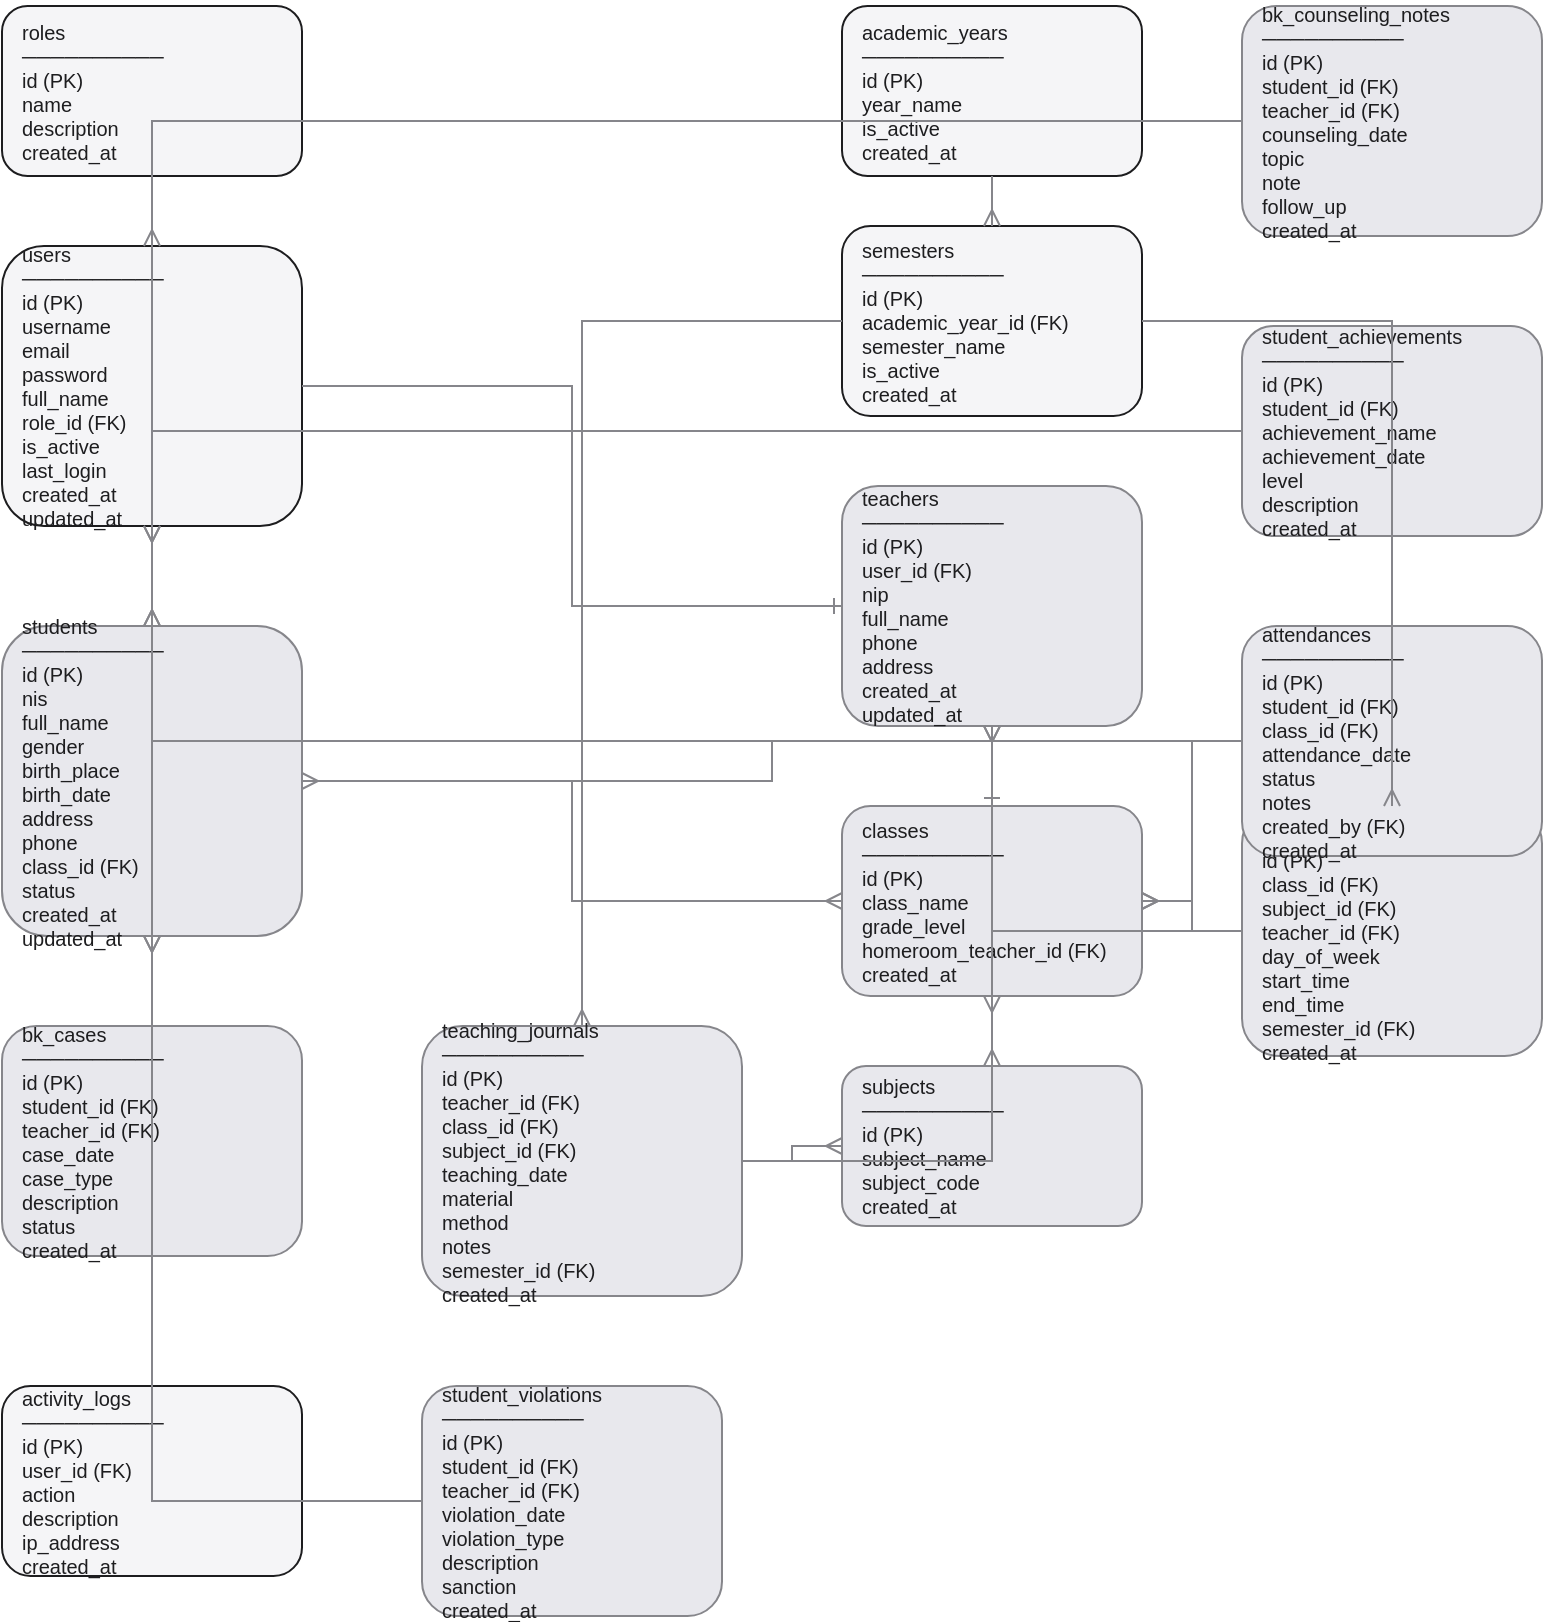
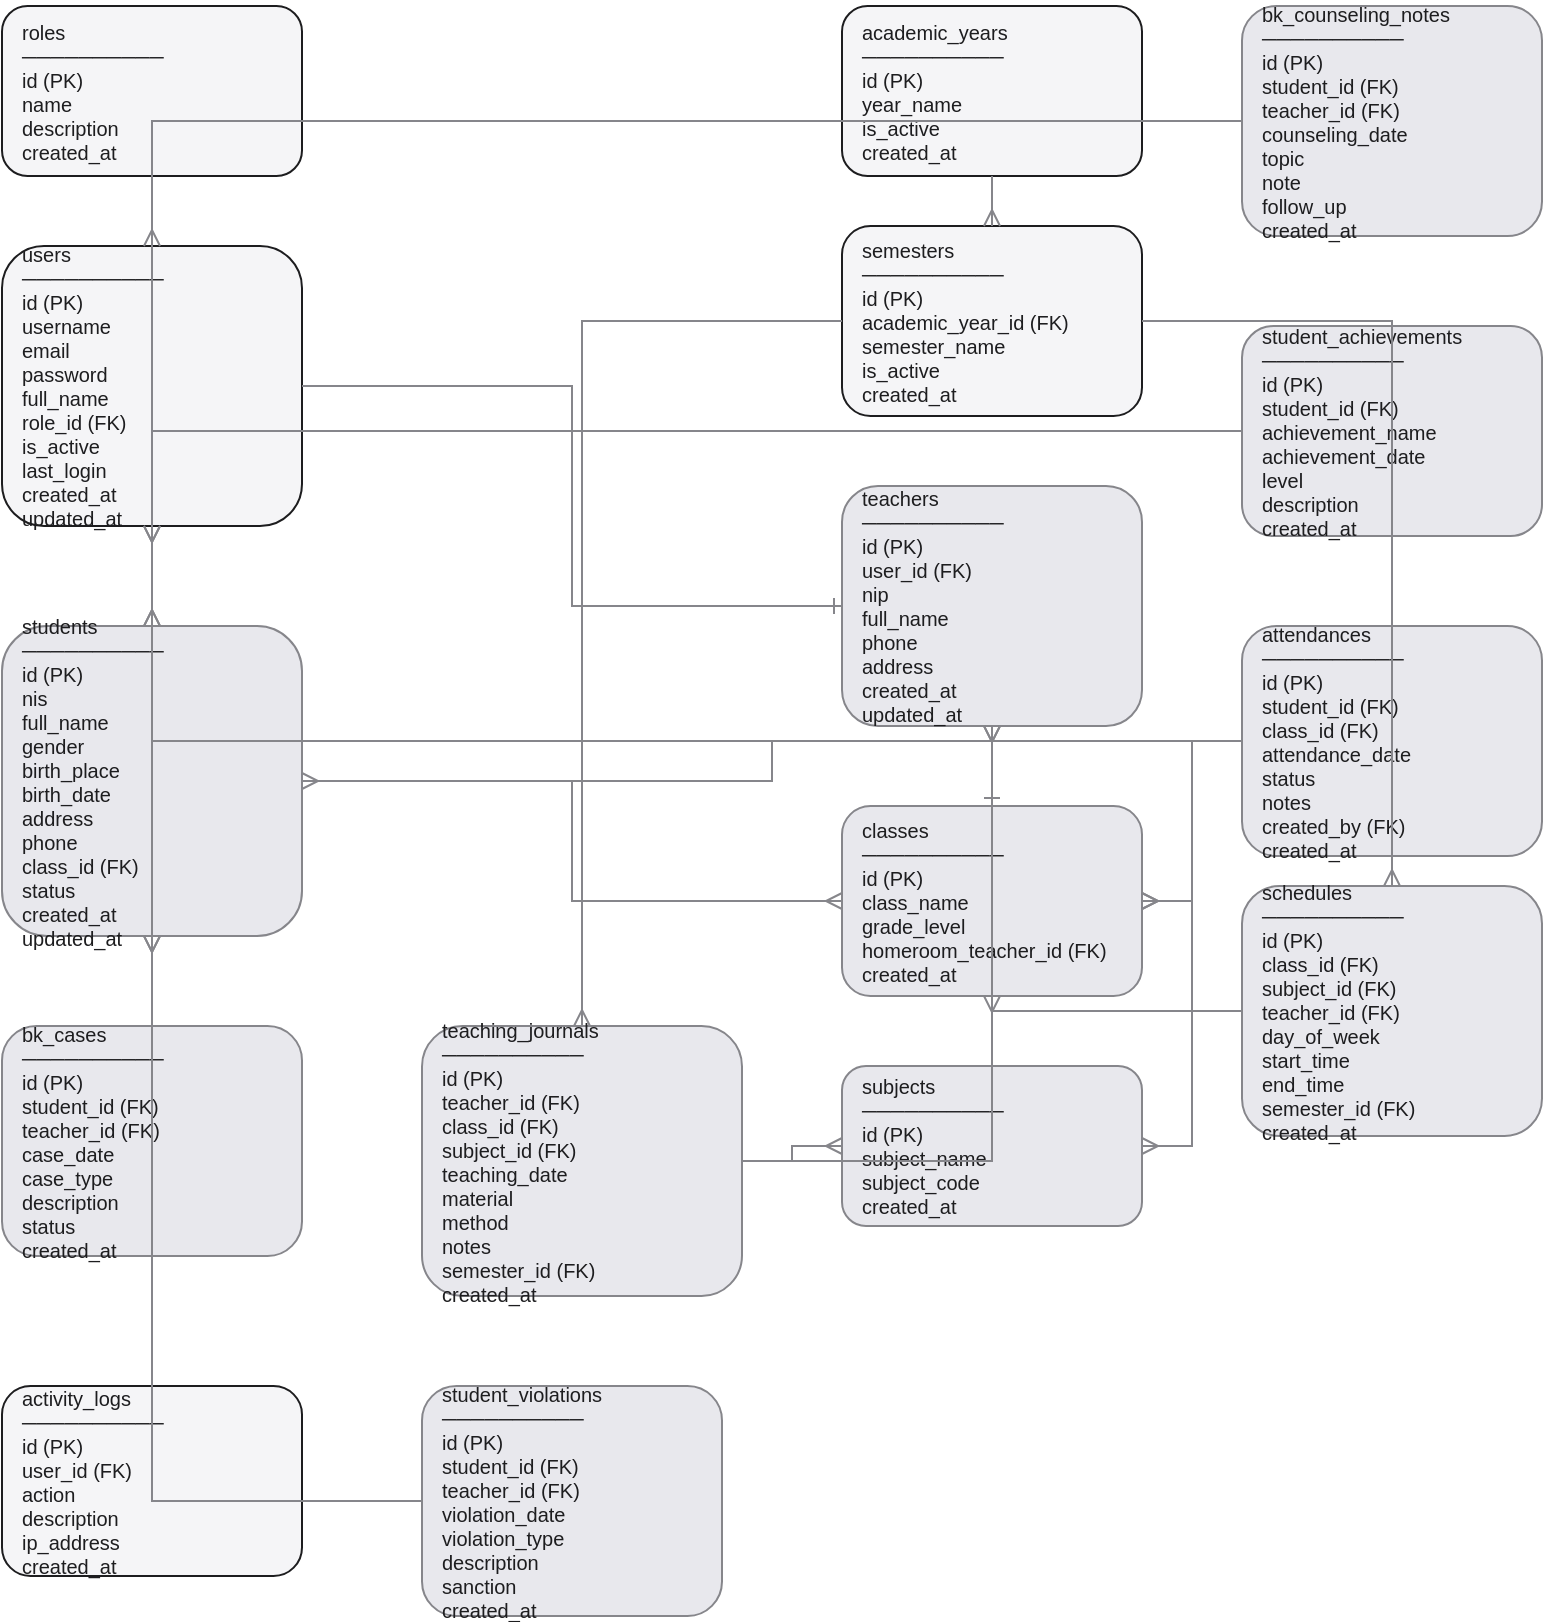
- <mxfile host="Electron" modified="2026-07-14T12:00:00.000Z" agent="Mozilla/5.0">
+ <mxfile host="app.diagrams.net" agent="Mozilla/5.0">
  <diagram id="erd" name="ERD Database">
-     <mxGraphModel dx="1400" dy="1000" grid="1" gridSize="10">
+     <mxGraphModel dx="1414" dy="943" grid="1" gridSize="10" guides="1" tooltips="1" connect="1" arrows="1" fold="1" page="1" pageScale="1" pageWidth="850" pageHeight="1100" math="0" shadow="0">
      <root>
        <mxCell id="0" />
        <mxCell id="1" parent="0" />
-         <!-- roles -->
-         <mxCell id="r" value="roles&#10;──────────&#10;id (PK)&#10;name&#10;description&#10;created_at" style="rounded=1;whiteSpace=wrap;html=1;fillColor=#f5f5f7;strokeColor=#1d1d1f;fontSize=10;fontColor=#1d1d1f;align=left;spacingLeft=8;" vertex="1" parent="1">
-           <mxGeometry x="20" y="20" width="150" height="85" as="geometry" />
+         <mxCell id="r" parent="1" style="rounded=1;whiteSpace=wrap;html=1;fillColor=#f5f5f7;strokeColor=#1d1d1f;fontSize=10;fontColor=#1d1d1f;align=left;spacingLeft=8;" value="roles&#xa;──────────&#xa;id (PK)&#xa;name&#xa;description&#xa;created_at" vertex="1">
+           <mxGeometry height="85" width="150" x="20" y="20" as="geometry" />
        </mxCell>
-         <!-- users -->
-         <mxCell id="u" value="users&#10;──────────&#10;id (PK)&#10;username&#10;email&#10;password&#10;full_name&#10;role_id (FK)&#10;is_active&#10;last_login&#10;created_at&#10;updated_at" style="rounded=1;whiteSpace=wrap;html=1;fillColor=#f5f5f7;strokeColor=#1d1d1f;fontSize=10;fontColor=#1d1d1f;align=left;spacingLeft=8;" vertex="1" parent="1">
-           <mxGeometry x="20" y="140" width="150" height="140" as="geometry" />
+         <mxCell id="u" parent="1" style="rounded=1;whiteSpace=wrap;html=1;fillColor=#f5f5f7;strokeColor=#1d1d1f;fontSize=10;fontColor=#1d1d1f;align=left;spacingLeft=8;" value="users&#xa;──────────&#xa;id (PK)&#xa;username&#xa;email&#xa;password&#xa;full_name&#xa;role_id (FK)&#xa;is_active&#xa;last_login&#xa;created_at&#xa;updated_at" vertex="1">
+           <mxGeometry height="140" width="150" x="20" y="140" as="geometry" />
        </mxCell>
-         <!-- academic_years -->
-         <mxCell id="ay" value="academic_years&#10;──────────&#10;id (PK)&#10;year_name&#10;is_active&#10;created_at" style="rounded=1;whiteSpace=wrap;html=1;fillColor=#f5f5f7;strokeColor=#1d1d1f;fontSize=10;fontColor=#1d1d1f;align=left;spacingLeft=8;" vertex="1" parent="1">
-           <mxGeometry x="440" y="20" width="150" height="85" as="geometry" />
+         <mxCell id="ay" parent="1" style="rounded=1;whiteSpace=wrap;html=1;fillColor=#f5f5f7;strokeColor=#1d1d1f;fontSize=10;fontColor=#1d1d1f;align=left;spacingLeft=8;" value="academic_years&#xa;──────────&#xa;id (PK)&#xa;year_name&#xa;is_active&#xa;created_at" vertex="1">
+           <mxGeometry height="85" width="150" x="440" y="20" as="geometry" />
        </mxCell>
-         <!-- semesters -->
-         <mxCell id="sem" value="semesters&#10;──────────&#10;id (PK)&#10;academic_year_id (FK)&#10;semester_name&#10;is_active&#10;created_at" style="rounded=1;whiteSpace=wrap;html=1;fillColor=#f5f5f7;strokeColor=#1d1d1f;fontSize=10;fontColor=#1d1d1f;align=left;spacingLeft=8;" vertex="1" parent="1">
-           <mxGeometry x="440" y="130" width="150" height="95" as="geometry" />
+         <mxCell id="sem" parent="1" style="rounded=1;whiteSpace=wrap;html=1;fillColor=#f5f5f7;strokeColor=#1d1d1f;fontSize=10;fontColor=#1d1d1f;align=left;spacingLeft=8;" value="semesters&#xa;──────────&#xa;id (PK)&#xa;academic_year_id (FK)&#xa;semester_name&#xa;is_active&#xa;created_at" vertex="1">
+           <mxGeometry height="95" width="150" x="440" y="130" as="geometry" />
        </mxCell>
-         <!-- teachers -->
-         <mxCell id="t" value="teachers&#10;──────────&#10;id (PK)&#10;user_id (FK)&#10;nip&#10;full_name&#10;phone&#10;address&#10;created_at&#10;updated_at" style="rounded=1;whiteSpace=wrap;html=1;fillColor=#e8e8ed;strokeColor=#86868b;fontSize=10;fontColor=#1d1d1f;align=left;spacingLeft=8;" vertex="1" parent="1">
-           <mxGeometry x="440" y="260" width="150" height="120" as="geometry" />
+         <mxCell id="t" parent="1" style="rounded=1;whiteSpace=wrap;html=1;fillColor=#e8e8ed;strokeColor=#86868b;fontSize=10;fontColor=#1d1d1f;align=left;spacingLeft=8;" value="teachers&#xa;──────────&#xa;id (PK)&#xa;user_id (FK)&#xa;nip&#xa;full_name&#xa;phone&#xa;address&#xa;created_at&#xa;updated_at" vertex="1">
+           <mxGeometry height="120" width="150" x="440" y="260" as="geometry" />
        </mxCell>
-         <!-- classes -->
-         <mxCell id="c" value="classes&#10;──────────&#10;id (PK)&#10;class_name&#10;grade_level&#10;homeroom_teacher_id (FK)&#10;created_at" style="rounded=1;whiteSpace=wrap;html=1;fillColor=#e8e8ed;strokeColor=#86868b;fontSize=10;fontColor=#1d1d1f;align=left;spacingLeft=8;" vertex="1" parent="1">
-           <mxGeometry x="440" y="420" width="150" height="95" as="geometry" />
+         <mxCell id="c" parent="1" style="rounded=1;whiteSpace=wrap;html=1;fillColor=#e8e8ed;strokeColor=#86868b;fontSize=10;fontColor=#1d1d1f;align=left;spacingLeft=8;" value="classes&#xa;──────────&#xa;id (PK)&#xa;class_name&#xa;grade_level&#xa;homeroom_teacher_id (FK)&#xa;created_at" vertex="1">
+           <mxGeometry height="95" width="150" x="440" y="420" as="geometry" />
        </mxCell>
-         <!-- subjects -->
-         <mxCell id="subj" value="subjects&#10;──────────&#10;id (PK)&#10;subject_name&#10;subject_code&#10;created_at" style="rounded=1;whiteSpace=wrap;html=1;fillColor=#e8e8ed;strokeColor=#86868b;fontSize=10;fontColor=#1d1d1f;align=left;spacingLeft=8;" vertex="1" parent="1">
-           <mxGeometry x="440" y="550" width="150" height="80" as="geometry" />
+         <mxCell id="subj" parent="1" style="rounded=1;whiteSpace=wrap;html=1;fillColor=#e8e8ed;strokeColor=#86868b;fontSize=10;fontColor=#1d1d1f;align=left;spacingLeft=8;" value="subjects&#xa;──────────&#xa;id (PK)&#xa;subject_name&#xa;subject_code&#xa;created_at" vertex="1">
+           <mxGeometry height="80" width="150" x="440" y="550" as="geometry" />
        </mxCell>
-         <!-- students -->
-         <mxCell id="st" value="students&#10;──────────&#10;id (PK)&#10;nis&#10;full_name&#10;gender&#10;birth_place&#10;birth_date&#10;address&#10;phone&#10;class_id (FK)&#10;status&#10;created_at&#10;updated_at" style="rounded=1;whiteSpace=wrap;html=1;fillColor=#e8e8ed;strokeColor=#86868b;fontSize=10;fontColor=#1d1d1f;align=left;spacingLeft=8;" vertex="1" parent="1">
-           <mxGeometry x="20" y="330" width="150" height="155" as="geometry" />
+         <mxCell id="st" parent="1" style="rounded=1;whiteSpace=wrap;html=1;fillColor=#e8e8ed;strokeColor=#86868b;fontSize=10;fontColor=#1d1d1f;align=left;spacingLeft=8;" value="students&#xa;──────────&#xa;id (PK)&#xa;nis&#xa;full_name&#xa;gender&#xa;birth_place&#xa;birth_date&#xa;address&#xa;phone&#xa;class_id (FK)&#xa;status&#xa;created_at&#xa;updated_at" vertex="1">
+           <mxGeometry height="155" width="150" x="20" y="330" as="geometry" />
        </mxCell>
-         <!-- schedules -->
-         <mxCell id="sch" value="schedules&#10;──────────&#10;id (PK)&#10;class_id (FK)&#10;subject_id (FK)&#10;teacher_id (FK)&#10;day_of_week&#10;start_time&#10;end_time&#10;semester_id (FK)&#10;created_at" style="rounded=1;whiteSpace=wrap;html=1;fillColor=#e8e8ed;strokeColor=#86868b;fontSize=10;fontColor=#1d1d1f;align=left;spacingLeft=8;" vertex="1" parent="1">
-           <mxGeometry x="640" y="420" width="150" height="125" as="geometry" />
+         <mxCell id="sch" parent="1" style="rounded=1;whiteSpace=wrap;html=1;fillColor=#e8e8ed;strokeColor=#86868b;fontSize=10;fontColor=#1d1d1f;align=left;spacingLeft=8;" value="schedules&#xa;──────────&#xa;id (PK)&#xa;class_id (FK)&#xa;subject_id (FK)&#xa;teacher_id (FK)&#xa;day_of_week&#xa;start_time&#xa;end_time&#xa;semester_id (FK)&#xa;created_at" vertex="1">
+           <mxGeometry height="125" width="150" x="640" y="460" as="geometry" />
        </mxCell>
-         <!-- teaching_journals -->
-         <mxCell id="tj" value="teaching_journals&#10;──────────&#10;id (PK)&#10;teacher_id (FK)&#10;class_id (FK)&#10;subject_id (FK)&#10;teaching_date&#10;material&#10;method&#10;notes&#10;semester_id (FK)&#10;created_at" style="rounded=1;whiteSpace=wrap;html=1;fillColor=#e8e8ed;strokeColor=#86868b;fontSize=10;fontColor=#1d1d1f;align=left;spacingLeft=8;" vertex="1" parent="1">
-           <mxGeometry x="230" y="530" width="160" height="135" as="geometry" />
+         <mxCell id="tj" parent="1" style="rounded=1;whiteSpace=wrap;html=1;fillColor=#e8e8ed;strokeColor=#86868b;fontSize=10;fontColor=#1d1d1f;align=left;spacingLeft=8;" value="teaching_journals&#xa;──────────&#xa;id (PK)&#xa;teacher_id (FK)&#xa;class_id (FK)&#xa;subject_id (FK)&#xa;teaching_date&#xa;material&#xa;method&#xa;notes&#xa;semester_id (FK)&#xa;created_at" vertex="1">
+           <mxGeometry height="135" width="160" x="230" y="530" as="geometry" />
        </mxCell>
-         <!-- bk_cases -->
-         <mxCell id="bc" value="bk_cases&#10;──────────&#10;id (PK)&#10;student_id (FK)&#10;teacher_id (FK)&#10;case_date&#10;case_type&#10;description&#10;status&#10;created_at" style="rounded=1;whiteSpace=wrap;html=1;fillColor=#e8e8ed;strokeColor=#86868b;fontSize=10;fontColor=#1d1d1f;align=left;spacingLeft=8;" vertex="1" parent="1">
-           <mxGeometry x="20" y="530" width="150" height="115" as="geometry" />
+         <mxCell id="bc" parent="1" style="rounded=1;whiteSpace=wrap;html=1;fillColor=#e8e8ed;strokeColor=#86868b;fontSize=10;fontColor=#1d1d1f;align=left;spacingLeft=8;" value="bk_cases&#xa;──────────&#xa;id (PK)&#xa;student_id (FK)&#xa;teacher_id (FK)&#xa;case_date&#xa;case_type&#xa;description&#xa;status&#xa;created_at" vertex="1">
+           <mxGeometry height="115" width="150" x="20" y="530" as="geometry" />
        </mxCell>
-         <!-- bk_counseling_notes -->
-         <mxCell id="bcn" value="bk_counseling_notes&#10;──────────&#10;id (PK)&#10;student_id (FK)&#10;teacher_id (FK)&#10;counseling_date&#10;topic&#10;note&#10;follow_up&#10;created_at" style="rounded=1;whiteSpace=wrap;html=1;fillColor=#e8e8ed;strokeColor=#86868b;fontSize=10;fontColor=#1d1d1f;align=left;spacingLeft=8;" vertex="1" parent="1">
-           <mxGeometry x="640" y="20" width="150" height="115" as="geometry" />
+         <mxCell id="bcn" parent="1" style="rounded=1;whiteSpace=wrap;html=1;fillColor=#e8e8ed;strokeColor=#86868b;fontSize=10;fontColor=#1d1d1f;align=left;spacingLeft=8;" value="bk_counseling_notes&#xa;──────────&#xa;id (PK)&#xa;student_id (FK)&#xa;teacher_id (FK)&#xa;counseling_date&#xa;topic&#xa;note&#xa;follow_up&#xa;created_at" vertex="1">
+           <mxGeometry height="115" width="150" x="640" y="20" as="geometry" />
        </mxCell>
-         <!-- student_violations -->
-         <mxCell id="sv" value="student_violations&#10;──────────&#10;id (PK)&#10;student_id (FK)&#10;teacher_id (FK)&#10;violation_date&#10;violation_type&#10;description&#10;sanction&#10;created_at" style="rounded=1;whiteSpace=wrap;html=1;fillColor=#e8e8ed;strokeColor=#86868b;fontSize=10;fontColor=#1d1d1f;align=left;spacingLeft=8;" vertex="1" parent="1">
-           <mxGeometry x="230" y="710" width="150" height="115" as="geometry" />
+         <mxCell id="sv" parent="1" style="rounded=1;whiteSpace=wrap;html=1;fillColor=#e8e8ed;strokeColor=#86868b;fontSize=10;fontColor=#1d1d1f;align=left;spacingLeft=8;" value="student_violations&#xa;──────────&#xa;id (PK)&#xa;student_id (FK)&#xa;teacher_id (FK)&#xa;violation_date&#xa;violation_type&#xa;description&#xa;sanction&#xa;created_at" vertex="1">
+           <mxGeometry height="115" width="150" x="230" y="710" as="geometry" />
        </mxCell>
-         <!-- student_achievements -->
-         <mxCell id="sa" value="student_achievements&#10;──────────&#10;id (PK)&#10;student_id (FK)&#10;achievement_name&#10;achievement_date&#10;level&#10;description&#10;created_at" style="rounded=1;whiteSpace=wrap;html=1;fillColor=#e8e8ed;strokeColor=#86868b;fontSize=10;fontColor=#1d1d1f;align=left;spacingLeft=8;" vertex="1" parent="1">
-           <mxGeometry x="640" y="180" width="150" height="105" as="geometry" />
+         <mxCell id="sa" parent="1" style="rounded=1;whiteSpace=wrap;html=1;fillColor=#e8e8ed;strokeColor=#86868b;fontSize=10;fontColor=#1d1d1f;align=left;spacingLeft=8;" value="student_achievements&#xa;──────────&#xa;id (PK)&#xa;student_id (FK)&#xa;achievement_name&#xa;achievement_date&#xa;level&#xa;description&#xa;created_at" vertex="1">
+           <mxGeometry height="105" width="150" x="640" y="180" as="geometry" />
        </mxCell>
-         <!-- attendances -->
-         <mxCell id="att" value="attendances&#10;──────────&#10;id (PK)&#10;student_id (FK)&#10;class_id (FK)&#10;attendance_date&#10;status&#10;notes&#10;created_by (FK)&#10;created_at" style="rounded=1;whiteSpace=wrap;html=1;fillColor=#e8e8ed;strokeColor=#86868b;fontSize=10;fontColor=#1d1d1f;align=left;spacingLeft=8;" vertex="1" parent="1">
-           <mxGeometry x="640" y="330" width="150" height="115" as="geometry" />
+         <mxCell id="att" parent="1" style="rounded=1;whiteSpace=wrap;html=1;fillColor=#e8e8ed;strokeColor=#86868b;fontSize=10;fontColor=#1d1d1f;align=left;spacingLeft=8;" value="attendances&#xa;──────────&#xa;id (PK)&#xa;student_id (FK)&#xa;class_id (FK)&#xa;attendance_date&#xa;status&#xa;notes&#xa;created_by (FK)&#xa;created_at" vertex="1">
+           <mxGeometry height="115" width="150" x="640" y="330" as="geometry" />
        </mxCell>
-         <!-- activity_logs -->
-         <mxCell id="al" value="activity_logs&#10;──────────&#10;id (PK)&#10;user_id (FK)&#10;action&#10;description&#10;ip_address&#10;created_at" style="rounded=1;whiteSpace=wrap;html=1;fillColor=#f5f5f7;strokeColor=#1d1d1f;fontSize=10;fontColor=#1d1d1f;align=left;spacingLeft=8;" vertex="1" parent="1">
-           <mxGeometry x="20" y="710" width="150" height="95" as="geometry" />
+         <mxCell id="al" parent="1" style="rounded=1;whiteSpace=wrap;html=1;fillColor=#f5f5f7;strokeColor=#1d1d1f;fontSize=10;fontColor=#1d1d1f;align=left;spacingLeft=8;" value="activity_logs&#xa;──────────&#xa;id (PK)&#xa;user_id (FK)&#xa;action&#xa;description&#xa;ip_address&#xa;created_at" vertex="1">
+           <mxGeometry height="95" width="150" x="20" y="710" as="geometry" />
        </mxCell>
-         <!-- Relations -->
-         <mxCell id="e1" value="" style="edgeStyle=orthogonalEdgeStyle;rounded=0;html=1;strokeColor=#86868b;endArrow=ERmany;endFill=1;exitX=0.5;exitY=1;" edge="1" parent="1" source="r" target="u"><mxGeometry relative="1" as="geometry" /></mxCell>
-         <mxCell id="e2" value="" style="edgeStyle=orthogonalEdgeStyle;rounded=0;html=1;strokeColor=#86868b;endArrow=ERone;endFill=1;" edge="1" parent="1" source="u" target="t"><mxGeometry relative="1" as="geometry" /></mxCell>
-         <mxCell id="e3" value="" style="edgeStyle=orthogonalEdgeStyle;rounded=0;html=1;strokeColor=#86868b;endArrow=ERmany;endFill=1;" edge="1" parent="1" source="ay" target="sem"><mxGeometry relative="1" as="geometry" /></mxCell>
-         <mxCell id="e4" value="" style="edgeStyle=orthogonalEdgeStyle;rounded=0;html=1;strokeColor=#86868b;endArrow=ERmany;endFill=1;" edge="1" parent="1" source="st" target="c"><mxGeometry relative="1" as="geometry" /></mxCell>
-         <mxCell id="e5" value="" style="edgeStyle=orthogonalEdgeStyle;rounded=0;html=1;strokeColor=#86868b;endArrow=ERone;endFill=1;" edge="1" parent="1" source="t" target="c"><mxGeometry relative="1" as="geometry" /></mxCell>
-         <mxCell id="e6" value="" style="edgeStyle=orthogonalEdgeStyle;rounded=0;html=1;strokeColor=#86868b;endArrow=ERmany;endFill=1;" edge="1" parent="1" source="tj" target="t"><mxGeometry relative="1" as="geometry" /></mxCell>
-         <mxCell id="e7" value="" style="edgeStyle=orthogonalEdgeStyle;rounded=0;html=1;strokeColor=#86868b;endArrow=ERmany;endFill=1;" edge="1" parent="1" source="tj" target="c"><mxGeometry relative="1" as="geometry" /></mxCell>
-         <mxCell id="e8" value="" style="edgeStyle=orthogonalEdgeStyle;rounded=0;html=1;strokeColor=#86868b;endArrow=ERmany;endFill=1;" edge="1" parent="1" source="tj" target="subj"><mxGeometry relative="1" as="geometry" /></mxCell>
-         <mxCell id="e9" value="" style="edgeStyle=orthogonalEdgeStyle;rounded=0;html=1;strokeColor=#86868b;endArrow=ERmany;endFill=1;" edge="1" parent="1" source="bc" target="st"><mxGeometry relative="1" as="geometry" /></mxCell>
-         <mxCell id="e10" value="" style="edgeStyle=orthogonalEdgeStyle;rounded=0;html=1;strokeColor=#86868b;endArrow=ERmany;endFill=1;" edge="1" parent="1" source="bcn" target="st"><mxGeometry relative="1" as="geometry" /></mxCell>
-         <mxCell id="e11" value="" style="edgeStyle=orthogonalEdgeStyle;rounded=0;html=1;strokeColor=#86868b;endArrow=ERmany;endFill=1;" edge="1" parent="1" source="sv" target="st"><mxGeometry relative="1" as="geometry" /></mxCell>
-         <mxCell id="e12" value="" style="edgeStyle=orthogonalEdgeStyle;rounded=0;html=1;strokeColor=#86868b;endArrow=ERmany;endFill=1;" edge="1" parent="1" source="sa" target="st"><mxGeometry relative="1" as="geometry" /></mxCell>
-         <mxCell id="e13" value="" style="edgeStyle=orthogonalEdgeStyle;rounded=0;html=1;strokeColor=#86868b;endArrow=ERmany;endFill=1;" edge="1" parent="1" source="att" target="st"><mxGeometry relative="1" as="geometry" /></mxCell>
-         <mxCell id="e14" value="" style="edgeStyle=orthogonalEdgeStyle;rounded=0;html=1;strokeColor=#86868b;endArrow=ERmany;endFill=1;" edge="1" parent="1" source="att" target="c"><mxGeometry relative="1" as="geometry" /></mxCell>
-         <mxCell id="e15" value="" style="edgeStyle=orthogonalEdgeStyle;rounded=0;html=1;strokeColor=#86868b;endArrow=ERmany;endFill=1;" edge="1" parent="1" source="sch" target="c"><mxGeometry relative="1" as="geometry" /></mxCell>
-         <mxCell id="e16" value="" style="edgeStyle=orthogonalEdgeStyle;rounded=0;html=1;strokeColor=#86868b;endArrow=ERmany;endFill=1;" edge="1" parent="1" source="sch" target="subj"><mxGeometry relative="1" as="geometry" /></mxCell>
-         <mxCell id="e17" value="" style="edgeStyle=orthogonalEdgeStyle;rounded=0;html=1;strokeColor=#86868b;endArrow=ERmany;endFill=1;" edge="1" parent="1" source="sch" target="t"><mxGeometry relative="1" as="geometry" /></mxCell>
-         <mxCell id="e18" value="" style="edgeStyle=orthogonalEdgeStyle;rounded=0;html=1;strokeColor=#86868b;endArrow=ERmany;endFill=1;" edge="1" parent="1" source="sem" target="sch"><mxGeometry relative="1" as="geometry" /></mxCell>
-         <mxCell id="e19" value="" style="edgeStyle=orthogonalEdgeStyle;rounded=0;html=1;strokeColor=#86868b;endArrow=ERmany;endFill=1;" edge="1" parent="1" source="sem" target="tj"><mxGeometry relative="1" as="geometry" /></mxCell>
-         <mxCell id="e20" value="" style="edgeStyle=orthogonalEdgeStyle;rounded=0;html=1;strokeColor=#86868b;endArrow=ERmany;endFill=1;" edge="1" parent="1" source="al" target="u"><mxGeometry relative="1" as="geometry" /></mxCell>
-         <mxCell id="e21" value="" style="edgeStyle=orthogonalEdgeStyle;rounded=0;html=1;strokeColor=#86868b;endArrow=ERmany;endFill=1;" edge="1" parent="1" source="att" target="u"><mxGeometry relative="1" as="geometry" /></mxCell>
+         <mxCell id="e1" edge="1" parent="1" source="r" style="edgeStyle=orthogonalEdgeStyle;rounded=0;html=1;strokeColor=#86868b;endArrow=ERmany;endFill=1;exitX=0.5;exitY=1;" target="u" value="">
+           <mxGeometry relative="1" as="geometry" />
+         </mxCell>
+         <mxCell id="e2" edge="1" parent="1" source="u" style="edgeStyle=orthogonalEdgeStyle;rounded=0;html=1;strokeColor=#86868b;endArrow=ERone;endFill=1;" target="t" value="">
+           <mxGeometry relative="1" as="geometry" />
+         </mxCell>
+         <mxCell id="e3" edge="1" parent="1" source="ay" style="edgeStyle=orthogonalEdgeStyle;rounded=0;html=1;strokeColor=#86868b;endArrow=ERmany;endFill=1;" target="sem" value="">
+           <mxGeometry relative="1" as="geometry" />
+         </mxCell>
+         <mxCell id="e4" edge="1" parent="1" source="st" style="edgeStyle=orthogonalEdgeStyle;rounded=0;html=1;strokeColor=#86868b;endArrow=ERmany;endFill=1;" target="c" value="">
+           <mxGeometry relative="1" as="geometry" />
+         </mxCell>
+         <mxCell id="e5" edge="1" parent="1" source="t" style="edgeStyle=orthogonalEdgeStyle;rounded=0;html=1;strokeColor=#86868b;endArrow=ERone;endFill=1;" target="c" value="">
+           <mxGeometry relative="1" as="geometry" />
+         </mxCell>
+         <mxCell id="e6" edge="1" parent="1" source="tj" style="edgeStyle=orthogonalEdgeStyle;rounded=0;html=1;strokeColor=#86868b;endArrow=ERmany;endFill=1;" target="t" value="">
+           <mxGeometry relative="1" as="geometry" />
+         </mxCell>
+         <mxCell id="e7" edge="1" parent="1" source="tj" style="edgeStyle=orthogonalEdgeStyle;rounded=0;html=1;strokeColor=#86868b;endArrow=ERmany;endFill=1;" target="c" value="">
+           <mxGeometry relative="1" as="geometry" />
+         </mxCell>
+         <mxCell id="e8" edge="1" parent="1" source="tj" style="edgeStyle=orthogonalEdgeStyle;rounded=0;html=1;strokeColor=#86868b;endArrow=ERmany;endFill=1;" target="subj" value="">
+           <mxGeometry relative="1" as="geometry" />
+         </mxCell>
+         <mxCell id="e9" edge="1" parent="1" source="bc" style="edgeStyle=orthogonalEdgeStyle;rounded=0;html=1;strokeColor=#86868b;endArrow=ERmany;endFill=1;" target="st" value="">
+           <mxGeometry relative="1" as="geometry" />
+         </mxCell>
+         <mxCell id="e10" edge="1" parent="1" source="bcn" style="edgeStyle=orthogonalEdgeStyle;rounded=0;html=1;strokeColor=#86868b;endArrow=ERmany;endFill=1;" target="st" value="">
+           <mxGeometry relative="1" as="geometry" />
+         </mxCell>
+         <mxCell id="e11" edge="1" parent="1" source="sv" style="edgeStyle=orthogonalEdgeStyle;rounded=0;html=1;strokeColor=#86868b;endArrow=ERmany;endFill=1;" target="st" value="">
+           <mxGeometry relative="1" as="geometry" />
+         </mxCell>
+         <mxCell id="e12" edge="1" parent="1" source="sa" style="edgeStyle=orthogonalEdgeStyle;rounded=0;html=1;strokeColor=#86868b;endArrow=ERmany;endFill=1;" target="st" value="">
+           <mxGeometry relative="1" as="geometry" />
+         </mxCell>
+         <mxCell id="e13" edge="1" parent="1" source="att" style="edgeStyle=orthogonalEdgeStyle;rounded=0;html=1;strokeColor=#86868b;endArrow=ERmany;endFill=1;" target="st" value="">
+           <mxGeometry relative="1" as="geometry" />
+         </mxCell>
+         <mxCell id="e14" edge="1" parent="1" source="att" style="edgeStyle=orthogonalEdgeStyle;rounded=0;html=1;strokeColor=#86868b;endArrow=ERmany;endFill=1;" target="c" value="">
+           <mxGeometry relative="1" as="geometry" />
+         </mxCell>
+         <mxCell id="e15" edge="1" parent="1" source="sch" style="edgeStyle=orthogonalEdgeStyle;rounded=0;html=1;strokeColor=#86868b;endArrow=ERmany;endFill=1;" target="c" value="">
+           <mxGeometry relative="1" as="geometry" />
+         </mxCell>
+         <mxCell id="e16" edge="1" parent="1" source="sch" style="edgeStyle=orthogonalEdgeStyle;rounded=0;html=1;strokeColor=#86868b;endArrow=ERmany;endFill=1;" target="subj" value="">
+           <mxGeometry relative="1" as="geometry" />
+         </mxCell>
+         <mxCell id="e17" edge="1" parent="1" source="sch" style="edgeStyle=orthogonalEdgeStyle;rounded=0;html=1;strokeColor=#86868b;endArrow=ERmany;endFill=1;" target="t" value="">
+           <mxGeometry relative="1" as="geometry" />
+         </mxCell>
+         <mxCell id="e18" edge="1" parent="1" source="sem" style="edgeStyle=orthogonalEdgeStyle;rounded=0;html=1;strokeColor=#86868b;endArrow=ERmany;endFill=1;" target="sch" value="">
+           <mxGeometry relative="1" as="geometry" />
+         </mxCell>
+         <mxCell id="e19" edge="1" parent="1" source="sem" style="edgeStyle=orthogonalEdgeStyle;rounded=0;html=1;strokeColor=#86868b;endArrow=ERmany;endFill=1;" target="tj" value="">
+           <mxGeometry relative="1" as="geometry" />
+         </mxCell>
+         <mxCell id="e20" edge="1" parent="1" source="al" style="edgeStyle=orthogonalEdgeStyle;rounded=0;html=1;strokeColor=#86868b;endArrow=ERmany;endFill=1;" target="u" value="">
+           <mxGeometry relative="1" as="geometry" />
+         </mxCell>
+         <mxCell id="e21" edge="1" parent="1" source="att" style="edgeStyle=orthogonalEdgeStyle;rounded=0;html=1;strokeColor=#86868b;endArrow=ERmany;endFill=1;" target="u" value="">
+           <mxGeometry relative="1" as="geometry" />
+         </mxCell>
      </root>
    </mxGraphModel>
  </diagram>
</mxfile>
